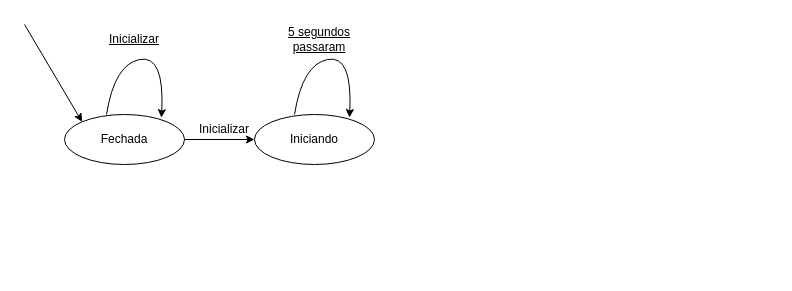
Before: MDE_Proj03.drawio in pedroManuelP/Projeto_03_CircuitosDigitais, a draw.io diagram. Source tidied: cells renumbered, new cells numbered last; positions are measured from the earlier drawing's top-left corner, leaving out a move shared by most shapes. Both pictures are drawn from the tidied source at 100%, with x=0, y=0 at pixel (24, 24).
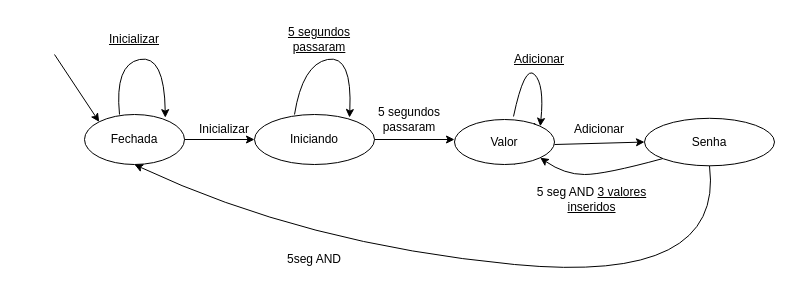
Above is the later version.

The change refers to these unchanged cells:
```xml
<mxCell id="8" value="Iniciando" style="ellipse;whiteSpace=wrap;html=1;" parent="1" vertex="1">
  <mxGeometry x="230" y="90" width="120" height="50" as="geometry" />
</mxCell>
```

What changed in the source:
```diff
@@
     <mxCell id="2" value="Fechada" style="ellipse;whiteSpace=wrap;html=1;" parent="1" vertex="1">
-      <mxGeometry x="40" y="90" width="120" height="50" as="geometry" />
+      <mxGeometry x="60" y="90" width="100" height="50" as="geometry" />
     </mxCell>
     <mxCell id="3" style="endArrow=classic;html=1;rounded=0;entryX=0;entryY=0;entryDx=0;entryDy=0;" parent="1" edge="1" target="2">
       <mxGeometry relative="1" as="geometry">
-        <mxPoint as="sourcePoint" />
+        <mxPoint x="30" y="30" as="sourcePoint" />
       </mxGeometry>
     </mxCell>
@@
+    <mxCell id="11" style="endArrow=classic;html=1;rounded=0;exitX=1;exitY=0.5;exitDx=0;exitDy=0;" parent="1" edge="1" source="8">
+      <mxGeometry relative="1" as="geometry">
+        <mxPoint x="430" y="115" as="targetPoint" />
+      </mxGeometry>
+    </mxCell>
+    <mxCell id="12" value="5 segundos passaram" style="text;html=1;align=center;verticalAlign=middle;whiteSpace=wrap;rounded=0;" parent="1" vertex="1">
+      <mxGeometry x="350" y="80" width="70" height="30" as="geometry" />
+    </mxCell>
+    <mxCell id="13" style="endArrow=classic;html=1;rounded=0;entryX=0;entryY=0.5;entryDx=0;entryDy=0;" parent="1" edge="1" target="19">
+      <mxGeometry relative="1" as="geometry">
+        <mxPoint x="530" y="120" as="sourcePoint" />
+      </mxGeometry>
+    </mxCell>
+    <mxCell id="14" value="Adicionar" style="text;html=1;align=center;verticalAlign=middle;whiteSpace=wrap;rounded=0;" parent="1" vertex="1">
+      <mxGeometry x="550" y="90" width="50" height="30" as="geometry" />
+    </mxCell>
+    <mxCell id="15" value="&lt;u&gt;Adicionar&lt;/u&gt;" style="text;html=1;align=center;verticalAlign=middle;whiteSpace=wrap;rounded=0;" parent="1" vertex="1">
+      <mxGeometry x="480" y="20" width="70" height="30" as="geometry" />
+    </mxCell>
+    <mxCell id="16" style="curved=1;endArrow=classic;html=1;rounded=0;exitX=0.59;exitY=-0.067;exitDx=0;exitDy=0;exitPerimeter=0;entryX=1;entryY=0;entryDx=0;entryDy=0;" parent="1" edge="1" source="18" target="18">
+      <mxGeometry relative="1" as="geometry">
+        <Array as="points">
+          <mxPoint x="500" y="40" />
+          <mxPoint x="520" y="60" />
+        </Array>
+      </mxGeometry>
+    </mxCell>
+    <mxCell id="17" style="curved=1;endArrow=classic;html=1;rounded=0;exitX=0.35;exitY=0;exitDx=0;exitDy=0;exitPerimeter=0;entryX=0.808;entryY=0.063;entryDx=0;entryDy=0;entryPerimeter=0;" parent="1" edge="1" target="18">
+      <mxGeometry relative="1" as="geometry">
+        <mxPoint x="490" y="140" as="sourcePoint" />
+      </mxGeometry>
+    </mxCell>
+    <mxCell id="18" value="Valor" style="ellipse;whiteSpace=wrap;html=1;" parent="1" vertex="1">
+      <mxGeometry x="430" y="95" width="100" height="45" as="geometry" />
+    </mxCell>
+    <mxCell id="19" value="Senha" style="ellipse;whiteSpace=wrap;html=1;" parent="1" vertex="1">
+      <mxGeometry x="620" y="93.8" width="130" height="47.5" as="geometry" />
+    </mxCell>
+    <mxCell id="20" style="curved=1;endArrow=classic;html=1;rounded=0;exitX=0;exitY=1;exitDx=0;exitDy=0;entryX=1;entryY=1;entryDx=0;entryDy=0;" parent="1" edge="1" source="19" target="18">
+      <mxGeometry relative="1" as="geometry">
+        <Array as="points">
+          <mxPoint x="580" y="150" />
+          <mxPoint x="540" y="150" />
+        </Array>
+      </mxGeometry>
+    </mxCell>
+    <mxCell id="21" value="5 seg AND &lt;u&gt;3 valores inseridos&lt;/u&gt;" style="text;html=1;align=center;verticalAlign=middle;whiteSpace=wrap;rounded=0;" parent="1" vertex="1">
+      <mxGeometry x="510" y="160" width="115" height="30" as="geometry" />
+    </mxCell>
+    <mxCell id="22" style="curved=1;endArrow=classic;html=1;rounded=0;exitX=0.5;exitY=1;exitDx=0;exitDy=0;entryX=0.5;entryY=1;entryDx=0;entryDy=0;" parent="1" edge="1" source="19" target="2">
+      <mxGeometry relative="1" as="geometry">
+        <Array as="points">
+          <mxPoint x="700" y="260" />
+          <mxPoint x="280" y="220" />
+        </Array>
+      </mxGeometry>
+    </mxCell>
+    <mxCell id="23" value="5seg AND " style="text;html=1;align=center;verticalAlign=middle;whiteSpace=wrap;rounded=0;" parent="1" vertex="1">
+      <mxGeometry x="260" y="220" width="60" height="30" as="geometry" />
+    </mxCell>
```
